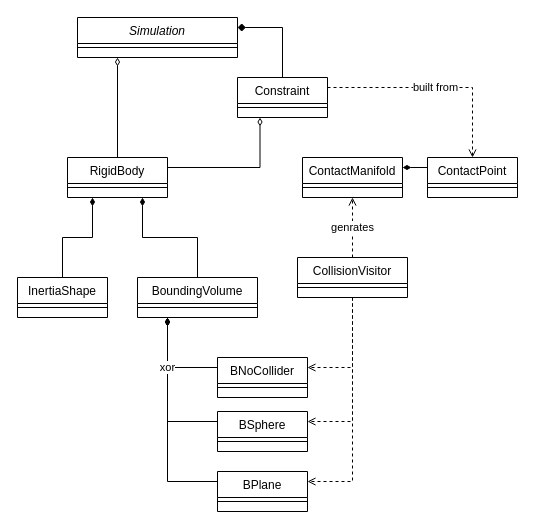
The draw.io diagram source/physics3d/docs/uml_diagram.drawio in NiklasReiche/yage, before the edit. Source tidied: cells renumbered, new cells numbered last; positions are measured from the earlier drawing's top-left corner, leaving out a move shared by most shapes. Both pictures are drawn from the tidied source at 100%, with x=0, y=0 at pixel (17, 17).
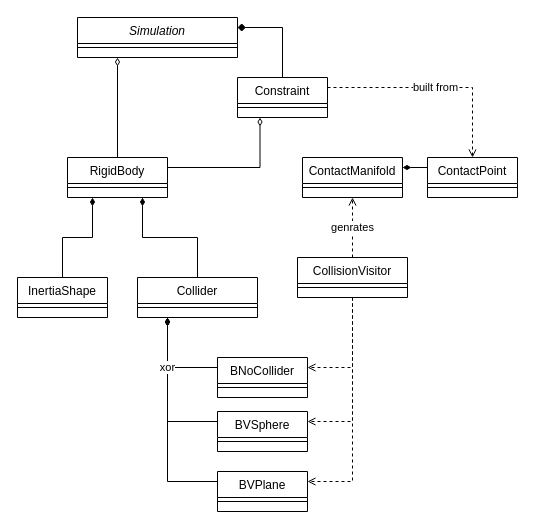
After the change.

Change to the diagram source:
```diff
@@
-    <mxCell id="13" value="BSphere" style="swimlane;fontStyle=0;align=center;verticalAlign=top;horizontal=1;startSize=26;rounded=0;shadow=0;strokeWidth=1;" parent="1" vertex="1">
+    <mxCell id="13" value="BVSphere" style="swimlane;fontStyle=0;align=center;verticalAlign=top;horizontal=1;startSize=26;rounded=0;shadow=0;strokeWidth=1;" parent="1" vertex="1">
       <mxGeometry x="200" y="394" width="90" height="40" as="geometry" />
     </mxCell>
@@
-    <mxCell id="17" value="BPlane" style="swimlane;fontStyle=0;align=center;verticalAlign=top;horizontal=1;startSize=26;rounded=0;shadow=0;strokeWidth=1;" parent="1" vertex="1">
+    <mxCell id="17" value="BVPlane" style="swimlane;fontStyle=0;align=center;verticalAlign=top;horizontal=1;startSize=26;rounded=0;shadow=0;strokeWidth=1;" parent="1" vertex="1">
       <mxGeometry x="200" y="454" width="90" height="40" as="geometry" />
     </mxCell>
@@
-    <mxCell id="33" value="BoundingVolume" style="swimlane;fontStyle=0;align=center;verticalAlign=top;horizontal=1;startSize=26;rounded=0;shadow=0;strokeWidth=1;" parent="1" vertex="1">
+    <mxCell id="33" value="Collider" style="swimlane;fontStyle=0;align=center;verticalAlign=top;horizontal=1;startSize=26;rounded=0;shadow=0;strokeWidth=1;" parent="1" vertex="1">
       <mxGeometry x="120" y="260" width="120" height="40" as="geometry" />
     </mxCell>
```
